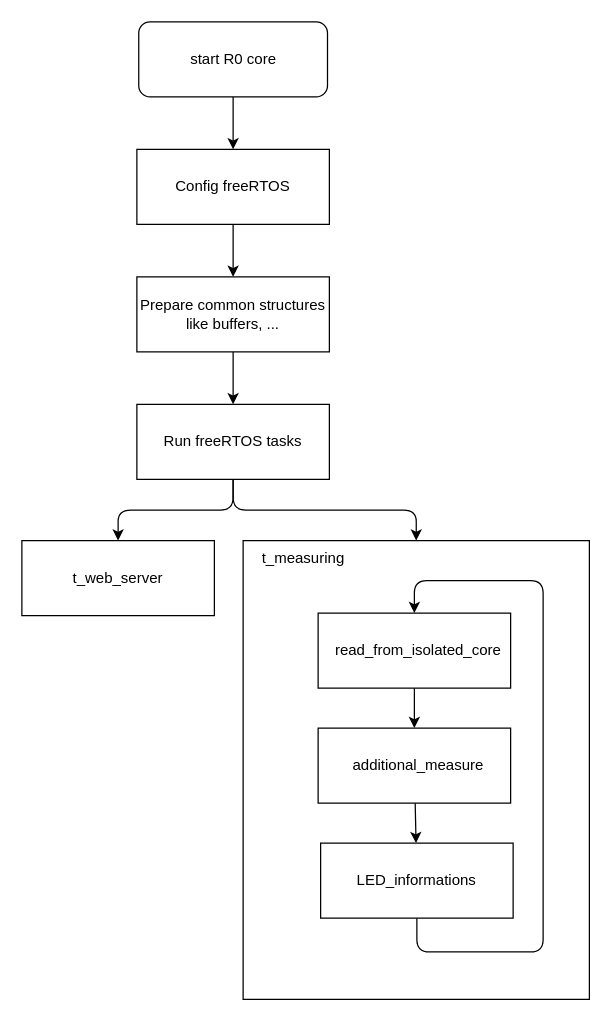
The draw.io diagram schematic/05-sw-flow-running-non-SIL-sequential.drawio in petrkucerak/diplom-thesis, before the edit. Source tidied: cells renumbered, new cells numbered last; positions are measured from the earlier drawing's top-left corner, leaving out a move shared by most shapes. Both pictures are drawn from the tidied source at 125%, with x=0, y=0 at pixel (21, 21).
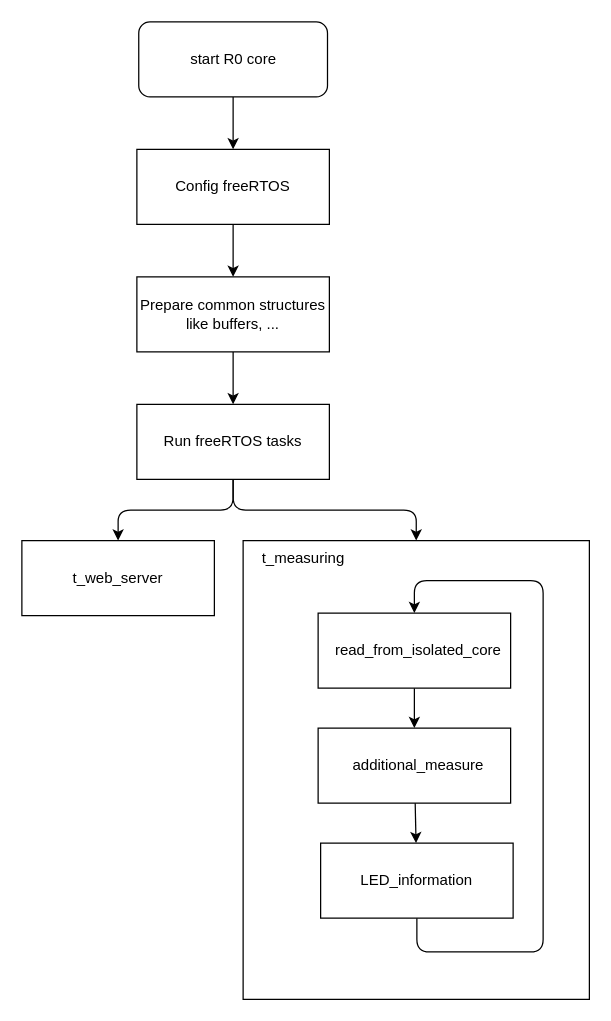
After the change.

Diff of the diagram source:
```diff
@@
-    <mxCell id="4" value="LED_informations" style="rounded=0;whiteSpace=wrap;html=1;" parent="1" vertex="1">
+    <mxCell id="4" value="LED_information" style="rounded=0;whiteSpace=wrap;html=1;" parent="1" vertex="1">
       <mxGeometry x="239" y="657" width="154" height="60" as="geometry" />
     </mxCell>
```
